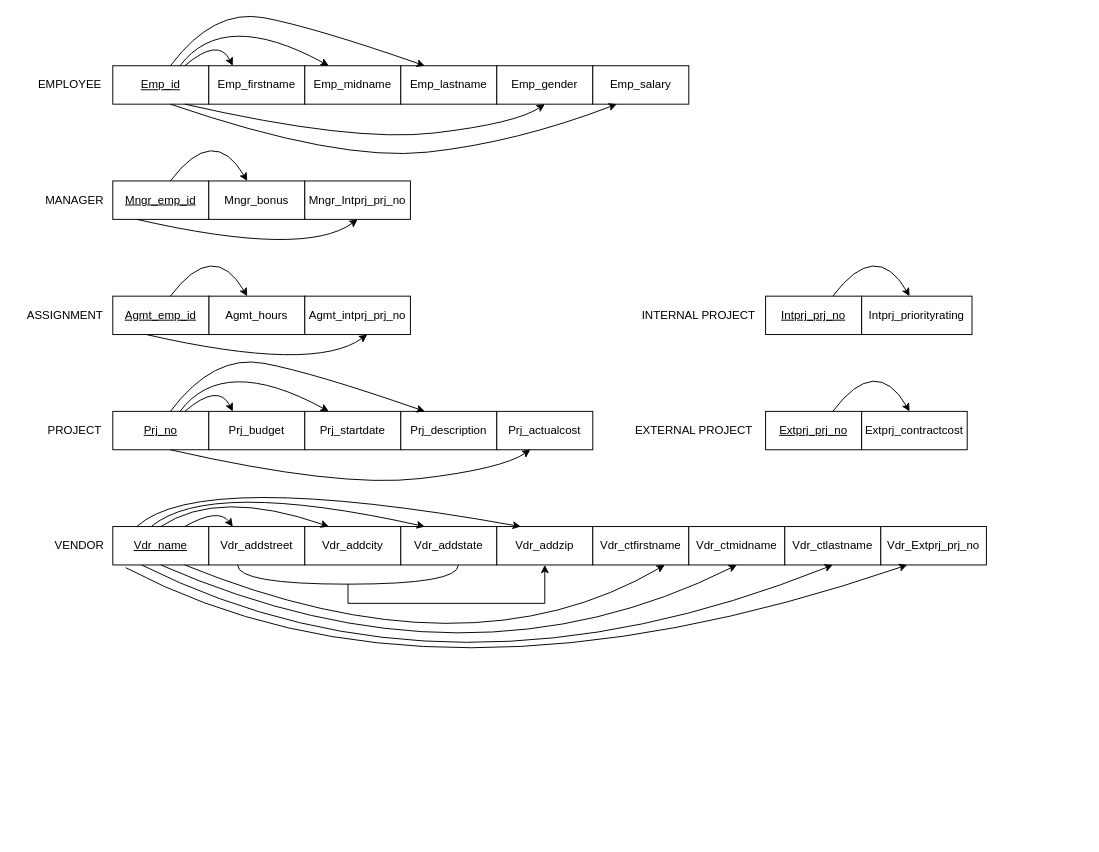
Before: dd_v1.drawio in LarryChenCode/IS7020_diagrams, a draw.io diagram. Source tidied: cells renumbered, new cells numbered last; positions are measured from the earlier drawing's top-left corner, leaving out a move shared by most shapes. Both pictures are drawn from the tidied source at 96%, with x=0, y=0 at pixel (16, 8).
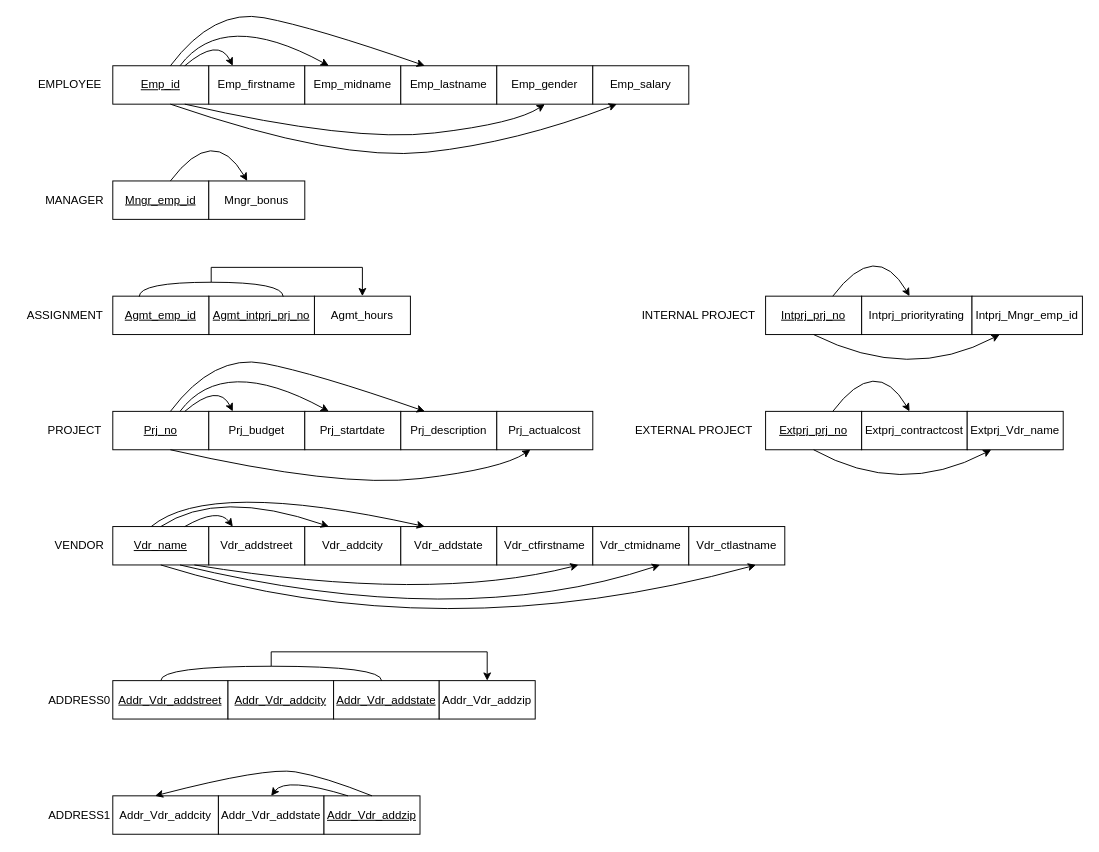
The same diagram, later.

The change refers to these unchanged cells:
```xml
<mxCell id="24" value="&lt;u&gt;Intprj_prj_no&lt;/u&gt;" style="whiteSpace=wrap;html=1;align=center;" parent="1" vertex="1">
  <mxGeometry x="780" y="300" width="100" height="40" as="geometry" />
</mxCell>
<mxCell id="25" value="&lt;u&gt;Extprj_prj_no&lt;/u&gt;" style="whiteSpace=wrap;html=1;align=center;" parent="1" vertex="1">
  <mxGeometry x="780" y="420" width="100" height="40" as="geometry" />
</mxCell>
<mxCell id="30" value="&lt;u&gt;Vdr_name&lt;/u&gt;" style="whiteSpace=wrap;html=1;align=center;" parent="1" vertex="1">
  <mxGeometry x="100" y="540" width="100" height="40" as="geometry" />
</mxCell>
```

The edit, as a diff of the source:
```diff
@@
     <mxCell id="11" value="Agmt_hours" style="whiteSpace=wrap;html=1;align=center;" parent="1" vertex="1">
-      <mxGeometry x="200" y="300" width="100" height="40" as="geometry" />
+      <mxGeometry x="310" y="300" width="100" height="40" as="geometry" />
     </mxCell>
@@
-    <mxCell id="26" value="Agmt_intprj_prj_no" style="whiteSpace=wrap;html=1;align=center;" parent="1" vertex="1">
-      <mxGeometry x="300" y="300" width="110" height="40" as="geometry" />
+    <mxCell id="26" value="&lt;u&gt;Agmt_intprj_prj_no&lt;/u&gt;" style="whiteSpace=wrap;html=1;align=center;" parent="1" vertex="1">
+      <mxGeometry x="200" y="300" width="110" height="40" as="geometry" />
     </mxCell>
@@
-    <mxCell id="28" value="Mngr_Intprj_prj_no" style="whiteSpace=wrap;html=1;align=center;" parent="1" vertex="1">
-      <mxGeometry x="300" y="180" width="110" height="40" as="geometry" />
-    </mxCell>
@@
-    <mxCell id="34" value="Vdr_addzip" style="whiteSpace=wrap;html=1;align=center;" parent="1" vertex="1">
-      <mxGeometry x="500" y="540" width="100" height="40" as="geometry" />
-    </mxCell>
     <mxCell id="35" value="Vdr_ctfirstname" style="whiteSpace=wrap;html=1;align=center;" parent="1" vertex="1">
-      <mxGeometry x="600" y="540" width="100" height="40" as="geometry" />
+      <mxGeometry x="500" y="540" width="100" height="40" as="geometry" />
     </mxCell>
     <mxCell id="36" value="Vdr_ctmidname" style="whiteSpace=wrap;html=1;align=center;" parent="1" vertex="1">
-      <mxGeometry x="700" y="540" width="100" height="40" as="geometry" />
+      <mxGeometry x="600" y="540" width="100" height="40" as="geometry" />
     </mxCell>
     <mxCell id="37" value="Vdr_ctlastname" style="whiteSpace=wrap;html=1;align=center;" parent="1" vertex="1">
-      <mxGeometry x="800" y="540" width="100" height="40" as="geometry" />
+      <mxGeometry x="700" y="540" width="100" height="40" as="geometry" />
     </mxCell>
-    <mxCell id="38" value="Vdr_Extprj_prj_no" style="whiteSpace=wrap;html=1;align=center;" parent="1" vertex="1">
-      <mxGeometry x="900" y="540" width="110" height="40" as="geometry" />
-    </mxCell>
@@
-    <mxCell id="45" style="curved=1;endArrow=classic;html=1;rounded=0;exitX=0.75;exitY=1;exitDx=0;exitDy=0;entryX=0.5;entryY=1;entryDx=0;entryDy=0;" parent="1" edge="1" target="28">
-      <mxGeometry relative="1" as="geometry">
-        <mxPoint x="125" y="220" as="sourcePoint" />
-        <Array as="points">
-          <mxPoint x="300" y="260" />
-        </Array>
-      </mxGeometry>
-    </mxCell>
-    <mxCell id="46" style="curved=1;endArrow=classic;html=1;rounded=0;exitX=0.25;exitY=0;exitDx=0;exitDy=0;entryX=0.25;entryY=0;entryDx=0;entryDy=0;" parent="1" edge="1">
-      <mxGeometry relative="1" as="geometry">
-        <mxPoint x="160" y="300" as="sourcePoint" />
-        <mxPoint x="240" y="300" as="targetPoint" />
-        <Array as="points">
-          <mxPoint x="205" y="240" />
-        </Array>
-      </mxGeometry>
-    </mxCell>
-    <mxCell id="47" style="curved=1;endArrow=classic;html=1;rounded=0;exitX=0.75;exitY=1;exitDx=0;exitDy=0;entryX=0.5;entryY=1;entryDx=0;entryDy=0;" parent="1" edge="1">
-      <mxGeometry relative="1" as="geometry">
-        <mxPoint x="135" y="340" as="sourcePoint" />
-        <mxPoint x="365" y="340" as="targetPoint" />
-        <Array as="points">
-          <mxPoint x="310" y="380" />
-        </Array>
-      </mxGeometry>
-    </mxCell>
@@
-    <mxCell id="57" style="curved=1;endArrow=classic;html=1;rounded=0;entryX=0.25;entryY=0;entryDx=0;entryDy=0;exitX=0.25;exitY=0;exitDx=0;exitDy=0;" parent="1" edge="1" source="30" target="34">
-      <mxGeometry relative="1" as="geometry">
-        <Array as="points">
-          <mxPoint x="190" y="480" />
-        </Array>
-      </mxGeometry>
-    </mxCell>
-    <mxCell id="58" style="edgeStyle=orthogonalEdgeStyle;rounded=0;jettySize=auto;html=1;exitX=1;exitY=0.5;exitDx=0;exitDy=0;exitPerimeter=0;entryX=0.5;entryY=1;entryDx=0;entryDy=0;" parent="1" edge="1" source="59" target="34">
-      <mxGeometry relative="1" as="geometry" />
-    </mxCell>
-    <mxCell id="59" style="shape=requiredInterface;html=1;verticalLabelPosition=bottom;sketch=0;rotation=90;" parent="1" vertex="1">
-      <mxGeometry x="335" y="475" width="20" height="230" as="geometry" />
-    </mxCell>
-    <mxCell id="60" style="curved=1;endArrow=classic;html=1;rounded=0;entryX=0.75;entryY=1;entryDx=0;entryDy=0;exitX=0.75;exitY=1;exitDx=0;exitDy=0;" parent="1" edge="1" source="30" target="35">
+    <mxCell id="60" style="curved=1;endArrow=classic;html=1;rounded=0;entryX=0.75;entryY=1;entryDx=0;entryDy=0;exitX=0.75;exitY=1;exitDx=0;exitDy=0;" parent="1" edge="1">
       <mxGeometry relative="1" as="geometry">
+        <mxPoint x="185" y="580" as="sourcePoint" />
+        <mxPoint x="585" y="580" as="targetPoint" />
         <Array as="points">
-          <mxPoint x="470" y="700" />
+          <mxPoint x="430" y="620" />
         </Array>
       </mxGeometry>
     </mxCell>
-    <mxCell id="61" style="curved=1;endArrow=classic;html=1;rounded=0;entryX=0.5;entryY=1;entryDx=0;entryDy=0;exitX=0.5;exitY=1;exitDx=0;exitDy=0;" parent="1" edge="1" source="30" target="36">
+    <mxCell id="61" style="curved=1;endArrow=classic;html=1;rounded=0;entryX=0.5;entryY=1;entryDx=0;entryDy=0;exitX=0.5;exitY=1;exitDx=0;exitDy=0;" parent="1" edge="1">
       <mxGeometry relative="1" as="geometry">
+        <mxPoint x="170" y="580" as="sourcePoint" />
+        <mxPoint x="670" y="580" as="targetPoint" />
         <Array as="points">
-          <mxPoint x="470" y="720" />
+          <mxPoint x="460" y="650" />
         </Array>
       </mxGeometry>
     </mxCell>
-    <mxCell id="62" style="curved=1;endArrow=classic;html=1;rounded=0;entryX=0.5;entryY=1;entryDx=0;entryDy=0;exitX=0.5;exitY=1;exitDx=0;exitDy=0;" parent="1" edge="1" target="37">
+    <mxCell id="62" style="curved=1;endArrow=classic;html=1;rounded=0;entryX=0.5;entryY=1;entryDx=0;entryDy=0;exitX=0.5;exitY=1;exitDx=0;exitDy=0;" parent="1" edge="1">
       <mxGeometry relative="1" as="geometry">
-        <mxPoint x="130" y="580" as="sourcePoint" />
+        <mxPoint x="150" y="580" as="sourcePoint" />
+        <mxPoint x="770" y="580" as="targetPoint" />
         <Array as="points">
-          <mxPoint x="450" y="740" />
+          <mxPoint x="440" y="670" />
         </Array>
       </mxGeometry>
     </mxCell>
-    <mxCell id="63" style="curved=1;endArrow=classic;html=1;rounded=0;entryX=0.25;entryY=1;entryDx=0;entryDy=0;exitX=0.135;exitY=1.071;exitDx=0;exitDy=0;exitPerimeter=0;" parent="1" edge="1" source="30" target="38">
-      <mxGeometry relative="1" as="geometry">
-        <Array as="points">
-          <mxPoint x="430" y="750" />
-        </Array>
-      </mxGeometry>
-    </mxCell>
+    <mxCell id="64" value="ADDRESS1" style="text;html=1;align=center;verticalAlign=middle;strokeColor=none;fillColor=none;" parent="1" vertex="1">
+      <mxGeometry x="20" y="825.5" width="90" height="30" as="geometry" />
+    </mxCell>
+    <mxCell id="65" value="Addr_Vdr_addcity" style="whiteSpace=wrap;html=1;align=center;" parent="1" vertex="1">
+      <mxGeometry x="100" y="820.5" width="110" height="40" as="geometry" />
+    </mxCell>
+    <mxCell id="66" value="Addr_Vdr_addstate" style="whiteSpace=wrap;html=1;align=center;" parent="1" vertex="1">
+      <mxGeometry x="210" y="820.5" width="110" height="40" as="geometry" />
+    </mxCell>
+    <mxCell id="67" value="&lt;u&gt;Addr_Vdr_addzip&lt;/u&gt;" style="whiteSpace=wrap;html=1;align=center;" parent="1" vertex="1">
+      <mxGeometry x="320" y="820.5" width="100" height="40" as="geometry" />
+    </mxCell>
+    <mxCell id="68" style="curved=1;endArrow=classic;html=1;rounded=0;exitX=0.5;exitY=0;exitDx=0;exitDy=0;entryX=0.4;entryY=0;entryDx=0;entryDy=0;entryPerimeter=0;" parent="1" edge="1" source="67" target="65">
+      <mxGeometry relative="1" as="geometry">
+        <Array as="points">
+          <mxPoint x="320" y="800.5" />
+          <mxPoint x="260" y="790.5" />
+        </Array>
+      </mxGeometry>
+    </mxCell>
+    <mxCell id="69" style="curved=1;endArrow=classic;html=1;rounded=0;exitX=0.25;exitY=0;exitDx=0;exitDy=0;entryX=0.5;entryY=0;entryDx=0;entryDy=0;" parent="1" edge="1" source="67" target="66">
+      <mxGeometry relative="1" as="geometry">
+        <Array as="points">
+          <mxPoint x="280" y="800.5" />
+        </Array>
+      </mxGeometry>
+    </mxCell>
+    <mxCell id="70" value="ADDRESS0" style="text;html=1;align=center;verticalAlign=middle;strokeColor=none;fillColor=none;" parent="1" vertex="1">
+      <mxGeometry x="20" y="705.5" width="90" height="30" as="geometry" />
+    </mxCell>
+    <mxCell id="71" value="&lt;u&gt;Addr_Vdr_addstreet&lt;/u&gt;" style="whiteSpace=wrap;html=1;align=center;" parent="1" vertex="1">
+      <mxGeometry x="100" y="700.5" width="120" height="40" as="geometry" />
+    </mxCell>
+    <mxCell id="72" value="&lt;u&gt;Addr_Vdr_addcity&lt;/u&gt;" style="whiteSpace=wrap;html=1;align=center;" parent="1" vertex="1">
+      <mxGeometry x="220" y="700.5" width="110" height="40" as="geometry" />
+    </mxCell>
+    <mxCell id="73" value="&lt;u&gt;Addr_Vdr_addstate&lt;/u&gt;" style="whiteSpace=wrap;html=1;align=center;" parent="1" vertex="1">
+      <mxGeometry x="330" y="700.5" width="110" height="40" as="geometry" />
+    </mxCell>
+    <mxCell id="74" value="Addr_Vdr_addzip" style="whiteSpace=wrap;html=1;align=center;" parent="1" vertex="1">
+      <mxGeometry x="440" y="700.5" width="100" height="40" as="geometry" />
+    </mxCell>
+    <mxCell id="75" style="edgeStyle=orthogonalEdgeStyle;rounded=0;jettySize=auto;html=1;exitX=1;exitY=0.5;exitDx=0;exitDy=0;exitPerimeter=0;entryX=0.5;entryY=0;entryDx=0;entryDy=0;" parent="1" edge="1" source="76" target="74">
+      <mxGeometry relative="1" as="geometry">
+        <Array as="points">
+          <mxPoint x="265" y="670.5" />
+          <mxPoint x="490" y="670.5" />
+        </Array>
+      </mxGeometry>
+    </mxCell>
+    <mxCell id="76" style="shape=requiredInterface;html=1;verticalLabelPosition=bottom;sketch=0;rotation=-90;" parent="1" vertex="1">
+      <mxGeometry x="257.5" y="578" width="15" height="230" as="geometry" />
+    </mxCell>
+    <mxCell id="77" style="edgeStyle=orthogonalEdgeStyle;rounded=0;jettySize=auto;html=1;exitX=1;exitY=0.5;exitDx=0;exitDy=0;exitPerimeter=0;" parent="1" edge="1" source="78">
+      <mxGeometry relative="1" as="geometry">
+        <mxPoint x="360" y="300" as="targetPoint" />
+        <Array as="points">
+          <mxPoint x="202" y="270" />
+          <mxPoint x="360" y="270" />
+        </Array>
+      </mxGeometry>
+    </mxCell>
+    <mxCell id="78" style="shape=requiredInterface;html=1;verticalLabelPosition=bottom;sketch=0;rotation=-90;" parent="1" vertex="1">
+      <mxGeometry x="195" y="218" width="15" height="150" as="geometry" />
+    </mxCell>
+    <mxCell id="79" value="Extprj_Vdr_name" style="whiteSpace=wrap;html=1;align=center;" parent="1" vertex="1">
+      <mxGeometry x="990" y="420" width="100" height="40" as="geometry" />
+    </mxCell>
+    <mxCell id="80" style="curved=1;endArrow=classic;html=1;rounded=0;exitX=0.5;exitY=1;exitDx=0;exitDy=0;entryX=0.25;entryY=1;entryDx=0;entryDy=0;" parent="1" edge="1" source="25" target="79">
+      <mxGeometry relative="1" as="geometry">
+        <Array as="points">
+          <mxPoint x="920" y="510" />
+        </Array>
+      </mxGeometry>
+    </mxCell>
+    <mxCell id="81" value="Intprj_Mngr_emp_id" style="whiteSpace=wrap;html=1;align=center;" parent="1" vertex="1">
+      <mxGeometry x="995" y="300" width="115" height="40" as="geometry" />
+    </mxCell>
+    <mxCell id="82" style="curved=1;endArrow=classic;html=1;rounded=0;exitX=0.5;exitY=1;exitDx=0;exitDy=0;entryX=0.25;entryY=1;entryDx=0;entryDy=0;" parent="1" edge="1" source="24" target="81">
+      <mxGeometry relative="1" as="geometry">
+        <Array as="points">
+          <mxPoint x="930" y="390" />
+        </Array>
+      </mxGeometry>
+    </mxCell>
```
